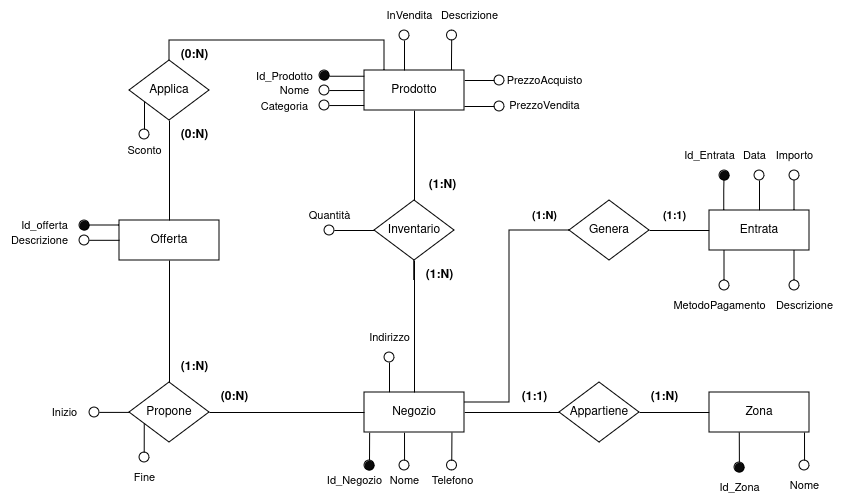
The draw.io diagram fase_due/images/rifinitura_negozio.png in IonutZbir/ProgettoDatabase, before a commit. Source tidied: cells renumbered, new cells last; positions are measured from the earlier drawing's top-left corner, leaving out a move shared by most shapes.
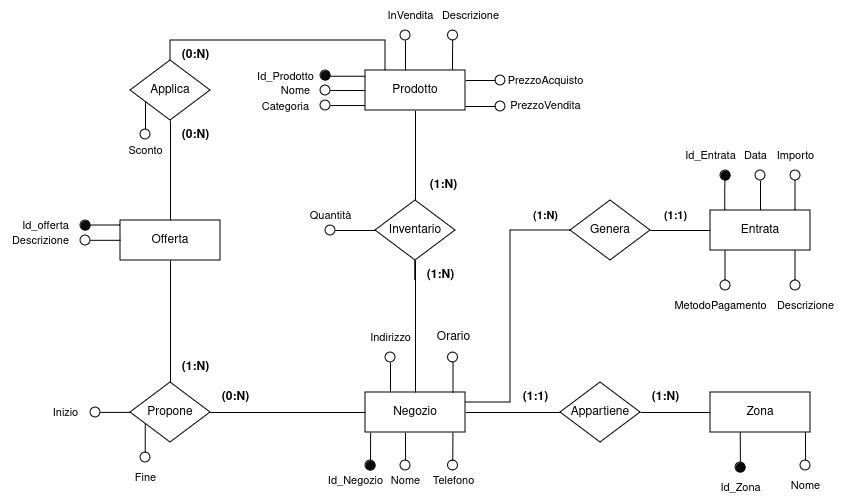
The same diagram one commit later.

Diff of the diagram source:
```diff
@@ -418,5 +418,16 @@
     <mxCell id="105" value="Inventario" style="shape=rhombus;perimeter=rhombusPerimeter;whiteSpace=wrap;html=1;align=center;" parent="1" vertex="1">
       <mxGeometry x="375" y="200" width="80" height="60" as="geometry" />
     </mxCell>
+    <mxCell id="106" style="edgeStyle=none;shape=connector;rounded=0;jettySize=auto;html=1;exitX=0.25;exitY=0;exitDx=0;exitDy=0;strokeColor=default;align=center;verticalAlign=middle;fontFamily=Helvetica;fontSize=11;fontColor=default;labelBackgroundColor=default;endArrow=none;entryX=0.5;entryY=1;entryDx=0;entryDy=0;" parent="1" edge="1" target="107">
+      <mxGeometry relative="1" as="geometry">
+        <mxPoint x="452.5" y="392" as="sourcePoint" />
+      </mxGeometry>
+    </mxCell>
+    <mxCell id="107" style="ellipse;whiteSpace=wrap;html=1;fontFamily=Helvetica;fontSize=11;fontColor=default;labelBackgroundColor=default;fillColor=none;" parent="1" vertex="1">
+      <mxGeometry x="447.5" y="352" width="10" height="10" as="geometry" />
+    </mxCell>
+    <mxCell id="108" value="Orario" style="text;html=1;align=center;verticalAlign=middle;strokeColor=none;fillColor=none;" parent="1" vertex="1">
+      <mxGeometry x="422.5" y="322" width="60" height="30" as="geometry" />
+    </mxCell>
   </root>
 </mxGraphModel>
```
